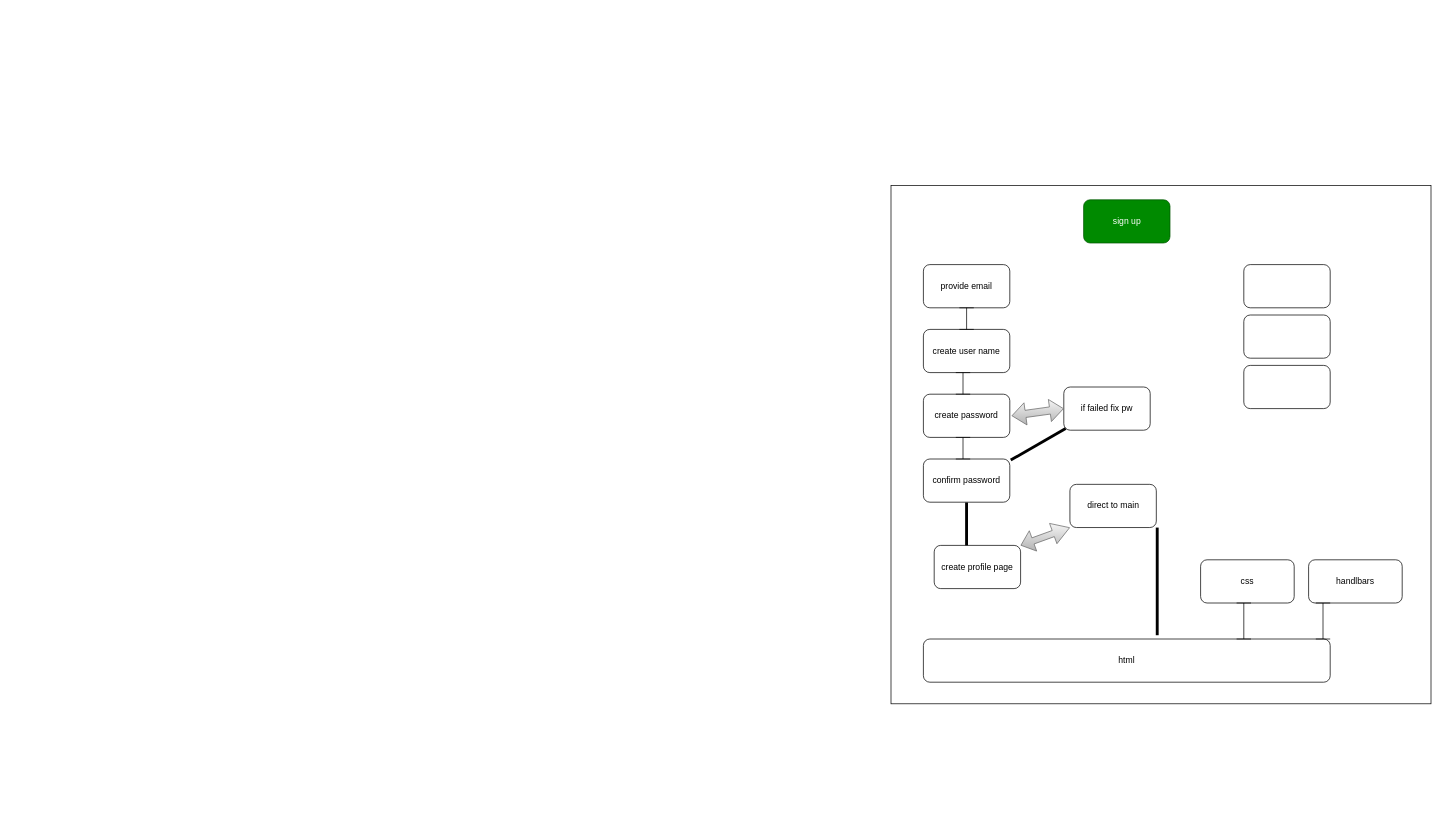
This is flowchart.drawio from KarlOL82/ludus_magnus, a draw.io file, before an edit. Source tidied: cells renumbered, new cells numbered last; positions are measured from the earlier drawing's top-left corner, leaving out a move shared by most shapes. Both pictures are drawn from the tidied source at 72%, with x=0, y=0 at pixel (891, 185).
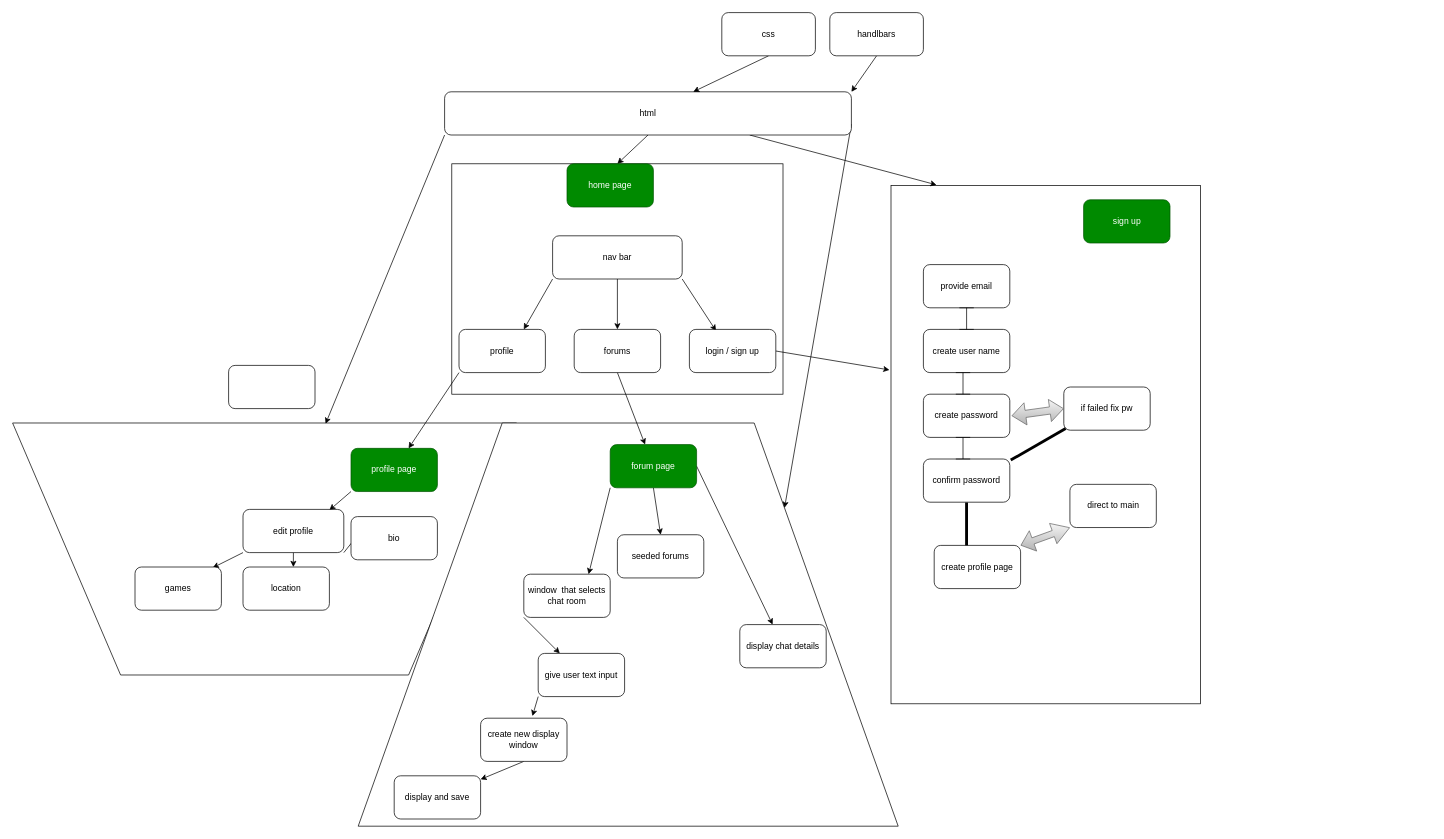
The same diagram, later.

Commit message:
more flow chart

Diff of the diagram source:
```diff
@@
+    <mxCell id="27" style="rounded=0;whiteSpace=wrap;html=1;" parent="1" vertex="1">
+      <mxGeometry x="-610" y="-30" width="460" height="320" as="geometry" />
+    </mxCell>
+    <mxCell id="28" style="shape=trapezoid;perimeter=trapezoidPerimeter;whiteSpace=wrap;html=1;fixedSize=1;size=150;rotation=-180;" parent="1" vertex="1">
+      <mxGeometry x="-1220" y="330" width="700" height="350" as="geometry" />
+    </mxCell>
+    <mxCell id="29" style="shape=trapezoid;perimeter=trapezoidPerimeter;whiteSpace=wrap;html=1;fixedSize=1;size=200;" parent="1" vertex="1">
+      <mxGeometry x="-740" y="330" width="750" height="560" as="geometry" />
+    </mxCell>
     <mxCell id="2" style="rounded=0;whiteSpace=wrap;html=1;fontSize=13;" parent="1" vertex="1">
-      <mxGeometry width="750" height="720" as="geometry" />
+      <mxGeometry width="430" height="720" as="geometry" />
     </mxCell>
+    <mxCell id="30" style="edgeStyle=none;html=1;exitX=0;exitY=1;exitDx=0;exitDy=0;entryX=0.379;entryY=0.997;entryDx=0;entryDy=0;entryPerimeter=0;" parent="1" edge="1" source="3" target="28">
+      <mxGeometry relative="1" as="geometry" />
+    </mxCell>
+    <mxCell id="31" style="edgeStyle=none;html=1;exitX=0.5;exitY=1;exitDx=0;exitDy=0;entryX=0.5;entryY=0;entryDx=0;entryDy=0;" parent="1" edge="1" source="3" target="27">
+      <mxGeometry relative="1" as="geometry" />
+    </mxCell>
+    <mxCell id="32" style="edgeStyle=none;html=1;exitX=0.75;exitY=1;exitDx=0;exitDy=0;entryX=0.147;entryY=-0.001;entryDx=0;entryDy=0;entryPerimeter=0;" parent="1" edge="1" source="3" target="2">
+      <mxGeometry relative="1" as="geometry" />
+    </mxCell>
+    <mxCell id="33" style="edgeStyle=none;html=1;exitX=1;exitY=0.75;exitDx=0;exitDy=0;entryX=1;entryY=0;entryDx=0;entryDy=0;" parent="1" edge="1" source="3" target="29">
+      <mxGeometry relative="1" as="geometry" />
+    </mxCell>
     <mxCell id="3" value="html" style="rounded=1;whiteSpace=wrap;html=1;" parent="1" vertex="1">
-      <mxGeometry x="45" y="630" width="565" height="60" as="geometry" />
+      <mxGeometry x="-620" y="-130" width="565" height="60" as="geometry" />
     </mxCell>
+    <mxCell id="34" style="edgeStyle=none;html=1;exitX=0.5;exitY=1;exitDx=0;exitDy=0;entryX=1;entryY=0;entryDx=0;entryDy=0;" parent="1" edge="1" source="4" target="3">
+      <mxGeometry relative="1" as="geometry" />
+    </mxCell>
     <mxCell id="4" value="handlbars" style="rounded=1;whiteSpace=wrap;html=1;" parent="1" vertex="1">
-      <mxGeometry x="580" y="520" width="130" height="60" as="geometry" />
+      <mxGeometry x="-85" y="-240" width="130" height="60" as="geometry" />
     </mxCell>
-    <mxCell id="5" style="shape=crossbar;whiteSpace=wrap;html=1;rounded=1;direction=south;" parent="1" vertex="1">
-      <mxGeometry x="590" y="580" width="20" height="50" as="geometry" />
-    </mxCell>
+    <mxCell id="35" style="edgeStyle=none;html=1;exitX=0.5;exitY=1;exitDx=0;exitDy=0;" parent="1" edge="1" source="6" target="3">
+      <mxGeometry relative="1" as="geometry" />
+    </mxCell>
     <mxCell id="6" value="css" style="rounded=1;whiteSpace=wrap;html=1;" parent="1" vertex="1">
-      <mxGeometry x="430" y="520" width="130" height="60" as="geometry" />
+      <mxGeometry x="-235" y="-240" width="130" height="60" as="geometry" />
     </mxCell>
-    <mxCell id="7" style="shape=crossbar;whiteSpace=wrap;html=1;rounded=1;direction=south;" parent="1" vertex="1">
-      <mxGeometry x="480" y="580" width="20" height="50" as="geometry" />
-    </mxCell>
@@
+    <mxCell id="36" style="edgeStyle=none;html=1;exitX=0;exitY=1;exitDx=0;exitDy=0;" parent="1" edge="1" source="12" target="45">
+      <mxGeometry relative="1" as="geometry" />
+    </mxCell>
-    <mxCell id="12" style="rounded=1;whiteSpace=wrap;html=1;" parent="1" vertex="1">
-      <mxGeometry x="490" y="250" width="120" height="60" as="geometry" />
+    <mxCell id="12" value="profile" style="rounded=1;whiteSpace=wrap;html=1;" parent="1" vertex="1">
+      <mxGeometry x="-600" y="200" width="120" height="60" as="geometry" />
     </mxCell>
+    <mxCell id="37" style="edgeStyle=none;html=1;exitX=0.5;exitY=1;exitDx=0;exitDy=0;" parent="1" edge="1" source="13" target="56">
+      <mxGeometry relative="1" as="geometry" />
+    </mxCell>
-    <mxCell id="13" style="rounded=1;whiteSpace=wrap;html=1;" parent="1" vertex="1">
-      <mxGeometry x="490" y="180" width="120" height="60" as="geometry" />
+    <mxCell id="13" value="forums" style="rounded=1;whiteSpace=wrap;html=1;" parent="1" vertex="1">
+      <mxGeometry x="-440" y="200" width="120" height="60" as="geometry" />
     </mxCell>
+    <mxCell id="38" style="edgeStyle=none;html=1;exitX=1;exitY=1;exitDx=0;exitDy=0;entryX=0.308;entryY=0.033;entryDx=0;entryDy=0;entryPerimeter=0;" parent="1" edge="1" source="14" target="43">
+      <mxGeometry relative="1" as="geometry" />
+    </mxCell>
+    <mxCell id="39" style="edgeStyle=none;html=1;exitX=0.5;exitY=1;exitDx=0;exitDy=0;entryX=0.5;entryY=0;entryDx=0;entryDy=0;" parent="1" edge="1" source="14" target="13">
+      <mxGeometry relative="1" as="geometry" />
+    </mxCell>
+    <mxCell id="40" style="edgeStyle=none;html=1;exitX=0;exitY=1;exitDx=0;exitDy=0;entryX=0.75;entryY=0;entryDx=0;entryDy=0;" parent="1" edge="1" source="14" target="12">
+      <mxGeometry relative="1" as="geometry" />
+    </mxCell>
-    <mxCell id="14" style="rounded=1;whiteSpace=wrap;html=1;" parent="1" vertex="1">
-      <mxGeometry x="490" y="110" width="120" height="60" as="geometry" />
+    <mxCell id="14" value="nav bar" style="rounded=1;whiteSpace=wrap;html=1;" parent="1" vertex="1">
+      <mxGeometry x="-470" y="70" width="180" height="60" as="geometry" />
     </mxCell>
@@
-    <mxCell id="26" style="line;strokeWidth=4;html=1;perimeter=backbonePerimeter;fontSize=13;rotation=-90;" parent="1" vertex="1">
-      <mxGeometry x="295" y="545" width="149.5" height="10" as="geometry" />
-    </mxCell>
+    <mxCell id="41" value="home page" style="rounded=1;whiteSpace=wrap;html=1;fillColor=#008a00;fontColor=#ffffff;strokeColor=#005700;" parent="1" vertex="1">
+      <mxGeometry x="-450" y="-30" width="120" height="60" as="geometry" />
+    </mxCell>
+    <mxCell id="42" style="edgeStyle=none;html=1;exitX=1;exitY=0.5;exitDx=0;exitDy=0;entryX=-0.005;entryY=0.356;entryDx=0;entryDy=0;entryPerimeter=0;" parent="1" edge="1" source="43" target="2">
+      <mxGeometry relative="1" as="geometry" />
+    </mxCell>
+    <mxCell id="43" value="login / sign up" style="rounded=1;whiteSpace=wrap;html=1;" parent="1" vertex="1">
+      <mxGeometry x="-280" y="200" width="120" height="60" as="geometry" />
+    </mxCell>
+    <mxCell id="44" style="edgeStyle=none;html=1;exitX=0;exitY=1;exitDx=0;exitDy=0;entryX=0.857;entryY=0.017;entryDx=0;entryDy=0;entryPerimeter=0;" parent="1" edge="1" source="45" target="49">
+      <mxGeometry relative="1" as="geometry" />
+    </mxCell>
+    <mxCell id="45" value="profile page" style="rounded=1;whiteSpace=wrap;html=1;fillColor=#008a00;fontColor=#ffffff;strokeColor=#005700;" parent="1" vertex="1">
+      <mxGeometry x="-750" y="365.2" width="120" height="60" as="geometry" />
+    </mxCell>
+    <mxCell id="46" style="edgeStyle=none;html=1;exitX=0;exitY=1;exitDx=0;exitDy=0;entryX=0.9;entryY=0.017;entryDx=0;entryDy=0;entryPerimeter=0;" parent="1" edge="1" source="49" target="52">
+      <mxGeometry relative="1" as="geometry" />
+    </mxCell>
+    <mxCell id="47" style="edgeStyle=none;html=1;exitX=0.5;exitY=1;exitDx=0;exitDy=0;entryX=0.583;entryY=0;entryDx=0;entryDy=0;entryPerimeter=0;" parent="1" edge="1" source="49" target="51">
+      <mxGeometry relative="1" as="geometry" />
+    </mxCell>
+    <mxCell id="48" style="edgeStyle=none;html=1;exitX=1;exitY=1;exitDx=0;exitDy=0;entryX=0.25;entryY=0;entryDx=0;entryDy=0;" parent="1" edge="1" source="49" target="50">
+      <mxGeometry relative="1" as="geometry" />
+    </mxCell>
+    <mxCell id="49" value="edit profile" style="rounded=1;whiteSpace=wrap;html=1;" parent="1" vertex="1">
+      <mxGeometry x="-900" y="450" width="140" height="60" as="geometry" />
+    </mxCell>
+    <mxCell id="50" value="bio" style="rounded=1;whiteSpace=wrap;html=1;" parent="1" vertex="1">
+      <mxGeometry x="-750" y="460" width="120" height="60" as="geometry" />
+    </mxCell>
+    <mxCell id="51" value="location" style="rounded=1;whiteSpace=wrap;html=1;" parent="1" vertex="1">
+      <mxGeometry x="-900" y="530" width="120" height="60" as="geometry" />
+    </mxCell>
+    <mxCell id="52" value="games" style="rounded=1;whiteSpace=wrap;html=1;" parent="1" vertex="1">
+      <mxGeometry x="-1050" y="530" width="120" height="60" as="geometry" />
+    </mxCell>
+    <mxCell id="53" style="edgeStyle=none;html=1;exitX=0;exitY=1;exitDx=0;exitDy=0;entryX=0.75;entryY=0;entryDx=0;entryDy=0;" parent="1" edge="1" source="56" target="58">
+      <mxGeometry relative="1" as="geometry" />
+    </mxCell>
+    <mxCell id="54" style="edgeStyle=none;html=1;exitX=1;exitY=0.5;exitDx=0;exitDy=0;" parent="1" edge="1" source="56" target="60">
+      <mxGeometry relative="1" as="geometry" />
+    </mxCell>
+    <mxCell id="55" style="edgeStyle=none;html=1;exitX=0.5;exitY=1;exitDx=0;exitDy=0;entryX=0.5;entryY=0;entryDx=0;entryDy=0;" parent="1" edge="1" source="56" target="66">
+      <mxGeometry relative="1" as="geometry" />
+    </mxCell>
+    <mxCell id="56" value="forum page" style="rounded=1;whiteSpace=wrap;html=1;fillColor=#008a00;fontColor=#ffffff;strokeColor=#005700;" parent="1" vertex="1">
+      <mxGeometry x="-390" y="360" width="120" height="60" as="geometry" />
+    </mxCell>
+    <mxCell id="57" style="edgeStyle=none;html=1;exitX=0;exitY=1;exitDx=0;exitDy=0;" parent="1" edge="1" source="58" target="62">
+      <mxGeometry relative="1" as="geometry" />
+    </mxCell>
+    <mxCell id="58" value="window&amp;nbsp; that selects chat room" style="rounded=1;whiteSpace=wrap;html=1;" parent="1" vertex="1">
+      <mxGeometry x="-510" y="540" width="120" height="60" as="geometry" />
+    </mxCell>
+    <mxCell id="59" style="rounded=1;whiteSpace=wrap;html=1;" parent="1" vertex="1">
+      <mxGeometry x="-920" y="250" width="120" height="60" as="geometry" />
+    </mxCell>
+    <mxCell id="60" value="display chat details" style="rounded=1;whiteSpace=wrap;html=1;" parent="1" vertex="1">
+      <mxGeometry x="-210" y="610" width="120" height="60" as="geometry" />
+    </mxCell>
+    <mxCell id="61" style="edgeStyle=none;html=1;exitX=0;exitY=1;exitDx=0;exitDy=0;entryX=0.6;entryY=-0.05;entryDx=0;entryDy=0;entryPerimeter=0;" parent="1" edge="1" source="62" target="65">
+      <mxGeometry relative="1" as="geometry" />
+    </mxCell>
+    <mxCell id="62" value="give user text input" style="rounded=1;whiteSpace=wrap;html=1;" parent="1" vertex="1">
+      <mxGeometry x="-490" y="650" width="120" height="60" as="geometry" />
+    </mxCell>
+    <mxCell id="63" value="display and save" style="rounded=1;whiteSpace=wrap;html=1;" parent="1" vertex="1">
+      <mxGeometry x="-690" y="820" width="120" height="60" as="geometry" />
+    </mxCell>
+    <mxCell id="64" style="edgeStyle=none;html=1;exitX=0.5;exitY=1;exitDx=0;exitDy=0;" parent="1" edge="1" source="65" target="63">
+      <mxGeometry relative="1" as="geometry" />
+    </mxCell>
+    <mxCell id="65" value="create new display window" style="rounded=1;whiteSpace=wrap;html=1;" parent="1" vertex="1">
+      <mxGeometry x="-570" y="740" width="120" height="60" as="geometry" />
+    </mxCell>
+    <mxCell id="66" value="seeded forums" style="rounded=1;whiteSpace=wrap;html=1;" parent="1" vertex="1">
+      <mxGeometry x="-380" y="485.2" width="120" height="60" as="geometry" />
+    </mxCell>
```
